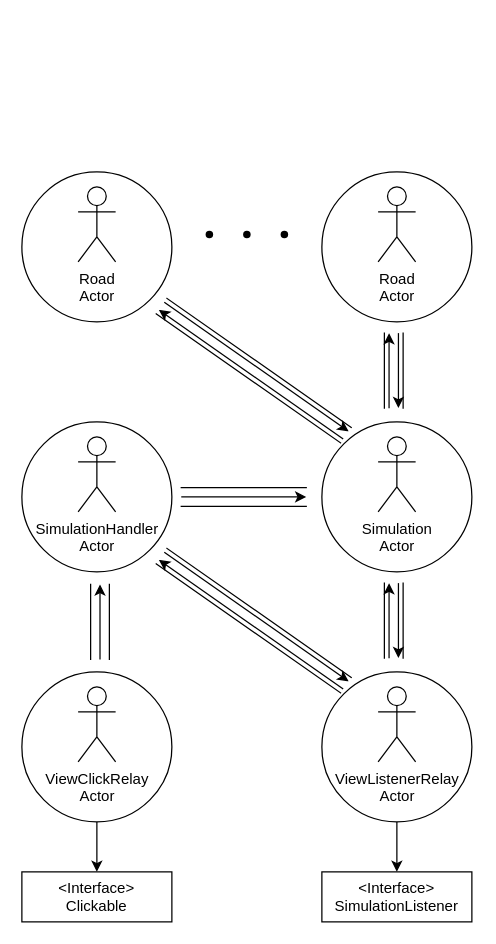
Before: page "Architecture1" (1 of 9) of pt1/docs/PCD_ASS03_P1.drawio in zucchero-sintattico/PCD-ASS03-23-24, a draw.io diagram. Source tidied: cells renumbered, new cells numbered last; positions are measured from the earlier drawing's top-left corner, leaving out a move shared by most shapes. Both pictures are drawn from the tidied source at 125%, with x=0, y=0 at pixel (21, 171).
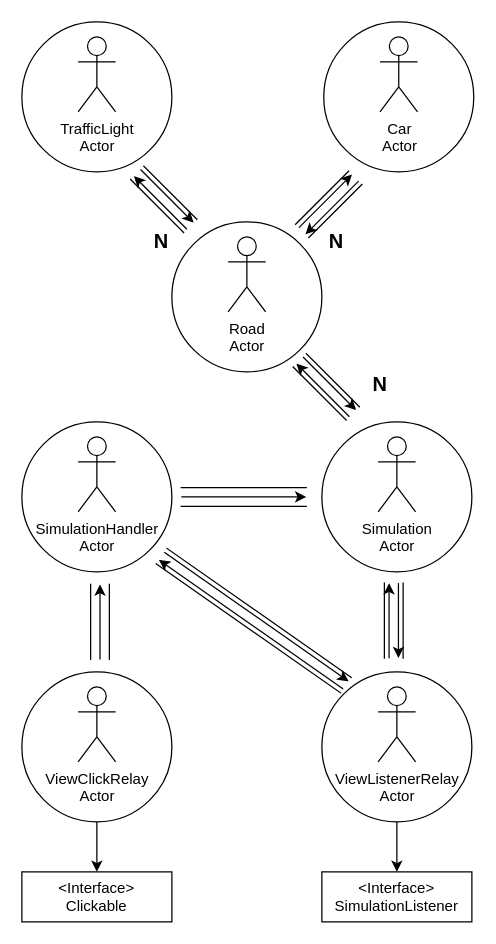
The same page after the edit.

What changed in the source:
```diff
@@
-    <mxCell id="10" style="group;" parent="1" vertex="1">
-      <mxGeometry width="120" height="120" as="geometry" />
-    </mxCell>
-    <mxCell id="11" style="ellipse;whiteSpace=wrap;html=1;" parent="10" vertex="1">
-      <mxGeometry width="120" height="120" as="geometry" />
-    </mxCell>
-    <mxCell id="12" value="Road&lt;div&gt;Actor&lt;/div&gt;&lt;div&gt;&lt;br&gt;&lt;/div&gt;" style="shape=umlActor;verticalLabelPosition=bottom;verticalAlign=top;html=1;" parent="10" vertex="1">
-      <mxGeometry x="45" y="12" width="30" height="60" as="geometry" />
-    </mxCell>
@@
     <mxCell id="35" style="group;" parent="1" vertex="1">
-      <mxGeometry x="240" y="40" width="120" height="120" as="geometry" />
+      <mxGeometry x="120" y="80" width="120" height="120" as="geometry" />
     </mxCell>
@@
-    <mxCell id="39" style="group;rotation=-55;" parent="1" vertex="1">
-      <mxGeometry x="200" y="50" width="15" height="180" as="geometry" />
-    </mxCell>
-    <mxCell id="40" style="shape=partialRectangle;whiteSpace=wrap;html=1;top=0;bottom=0;fillColor=none;direction=east;rotation=-55;" parent="39" vertex="1">
-      <mxGeometry x="-22" y="19" width="15" height="180" as="geometry" />
-    </mxCell>
-    <mxCell id="41" style="endArrow=classic;html=1;rounded=0;entryX=0.25;entryY=0;entryDx=0;entryDy=0;exitX=0.25;exitY=1;exitDx=0;exitDy=0;" parent="39" edge="1" source="40" target="40">
-      <mxGeometry relative="1" as="geometry" />
-    </mxCell>
-    <mxCell id="42" style="endArrow=classic;html=1;rounded=0;entryX=0.75;entryY=1;entryDx=0;entryDy=0;exitX=0.75;exitY=0;exitDx=0;exitDy=0;" parent="39" edge="1" source="40" target="40">
-      <mxGeometry relative="1" as="geometry" />
-    </mxCell>
-    <mxCell id="43" style="group;rotation=0;" parent="1" vertex="1">
-      <mxGeometry x="294" y="130" width="15" height="60" as="geometry" />
+    <mxCell id="43" style="group;rotation=-45;" parent="1" vertex="1">
+      <mxGeometry x="240" y="140" width="15" height="60" as="geometry" />
     </mxCell>
-    <mxCell id="44" style="shape=partialRectangle;whiteSpace=wrap;html=1;top=0;bottom=0;fillColor=none;direction=east;rotation=0;" parent="43" vertex="1">
-      <mxGeometry x="-4" y="-1" width="15" height="60" as="geometry" />
+    <mxCell id="44" style="shape=partialRectangle;whiteSpace=wrap;html=1;top=0;bottom=0;fillColor=none;direction=east;rotation=-45;" parent="43" vertex="1">
+      <mxGeometry x="-4" y="2" width="15" height="60" as="geometry" />
     </mxCell>
@@
-    <mxCell id="47" style="shape=waypoint;sketch=0;fillStyle=solid;size=6;fillColor=none;perimeter=centerPerimeter;" parent="1" vertex="1">
-      <mxGeometry x="140" y="40" width="20" height="20" as="geometry" />
-    </mxCell>
-    <mxCell id="48" style="shape=waypoint;sketch=0;fillStyle=solid;size=6;fillColor=none;perimeter=centerPerimeter;" parent="1" vertex="1">
-      <mxGeometry x="170" y="40" width="20" height="20" as="geometry" />
-    </mxCell>
-    <mxCell id="49" style="shape=waypoint;sketch=0;fillStyle=solid;size=6;fillColor=none;perimeter=centerPerimeter;" parent="1" vertex="1">
-      <mxGeometry x="200" y="40" width="20" height="20" as="geometry" />
-    </mxCell>
+    <mxCell id="50" style="group;" parent="1" vertex="1">
+      <mxGeometry y="-120" width="120" height="120" as="geometry" />
+    </mxCell>
+    <mxCell id="11" style="ellipse;whiteSpace=wrap;html=1;" parent="50" vertex="1">
+      <mxGeometry width="120" height="120" as="geometry" />
+    </mxCell>
+    <mxCell id="51" value="&lt;div&gt;TrafficLight&lt;/div&gt;&lt;div&gt;Actor&lt;/div&gt;&lt;div&gt;&lt;br&gt;&lt;/div&gt;" style="shape=umlActor;verticalLabelPosition=bottom;verticalAlign=top;html=1;" parent="50" vertex="1">
+      <mxGeometry x="45" y="12" width="30" height="60" as="geometry" />
+    </mxCell>
+    <mxCell id="52" style="ellipse;whiteSpace=wrap;html=1;" parent="1" vertex="1">
+      <mxGeometry x="241.5" y="-120" width="120" height="120" as="geometry" />
+    </mxCell>
+    <mxCell id="53" value="&lt;div&gt;Car&lt;/div&gt;&lt;div&gt;Actor&lt;/div&gt;&lt;div&gt;&lt;br&gt;&lt;/div&gt;" style="shape=umlActor;verticalLabelPosition=bottom;verticalAlign=top;html=1;" parent="1" vertex="1">
+      <mxGeometry x="286.5" y="-108" width="30" height="60" as="geometry" />
+    </mxCell>
+    <mxCell id="54" style="group;rotation=45;" parent="1" vertex="1">
+      <mxGeometry x="240" width="15" height="60" as="geometry" />
+    </mxCell>
+    <mxCell id="55" style="shape=partialRectangle;whiteSpace=wrap;html=1;top=0;bottom=0;fillColor=none;direction=east;rotation=45;" parent="54" vertex="1">
+      <mxGeometry x="-2" y="-4" width="15" height="60" as="geometry" />
+    </mxCell>
+    <mxCell id="56" style="endArrow=classic;html=1;rounded=0;entryX=0.25;entryY=0;entryDx=0;entryDy=0;exitX=0.25;exitY=1;exitDx=0;exitDy=0;" parent="54" edge="1" source="55" target="55">
+      <mxGeometry relative="1" as="geometry" />
+    </mxCell>
+    <mxCell id="57" style="endArrow=classic;html=1;rounded=0;entryX=0.75;entryY=1;entryDx=0;entryDy=0;exitX=0.75;exitY=0;exitDx=0;exitDy=0;" parent="54" edge="1" source="55" target="55">
+      <mxGeometry relative="1" as="geometry" />
+    </mxCell>
+    <mxCell id="58" style="group;rotation=-45;" parent="1" vertex="1">
+      <mxGeometry x="110" y="-10" width="15" height="60" as="geometry" />
+    </mxCell>
+    <mxCell id="59" style="shape=partialRectangle;whiteSpace=wrap;html=1;top=0;bottom=0;fillColor=none;direction=east;rotation=-45;" parent="58" vertex="1">
+      <mxGeometry x="-4" y="2" width="15" height="60" as="geometry" />
+    </mxCell>
+    <mxCell id="60" style="endArrow=classic;html=1;rounded=0;entryX=0.25;entryY=0;entryDx=0;entryDy=0;exitX=0.25;exitY=1;exitDx=0;exitDy=0;" parent="58" edge="1" source="59" target="59">
+      <mxGeometry relative="1" as="geometry" />
+    </mxCell>
+    <mxCell id="61" style="endArrow=classic;html=1;rounded=0;entryX=0.75;entryY=1;entryDx=0;entryDy=0;exitX=0.75;exitY=0;exitDx=0;exitDy=0;" parent="58" edge="1" source="59" target="59">
+      <mxGeometry relative="1" as="geometry" />
+    </mxCell>
+    <mxCell id="62" value="&lt;b&gt;&lt;font style=&quot;font-size: 16px;&quot;&gt;N&lt;/font&gt;&lt;/b&gt;" style="text;strokeColor=none;fillColor=none;align=left;verticalAlign=middle;spacingLeft=4;spacingRight=4;overflow=hidden;whiteSpace=wrap;html=1;" parent="1" vertex="1">
+      <mxGeometry x="100" y="40" width="35" height="30" as="geometry" />
+    </mxCell>
+    <mxCell id="63" value="&lt;b&gt;&lt;font style=&quot;font-size: 16px;&quot;&gt;N&lt;/font&gt;&lt;/b&gt;" style="text;strokeColor=none;fillColor=none;align=left;verticalAlign=middle;spacingLeft=4;spacingRight=4;overflow=hidden;whiteSpace=wrap;html=1;" parent="1" vertex="1">
+      <mxGeometry x="240" y="40" width="35" height="30" as="geometry" />
+    </mxCell>
+    <mxCell id="64" value="&lt;b&gt;&lt;font style=&quot;font-size: 16px;&quot;&gt;N&lt;/font&gt;&lt;/b&gt;" style="text;strokeColor=none;fillColor=none;align=left;verticalAlign=middle;spacingLeft=4;spacingRight=4;overflow=hidden;whiteSpace=wrap;html=1;" parent="1" vertex="1">
+      <mxGeometry x="275" y="155" width="35" height="30" as="geometry" />
+    </mxCell>
```
